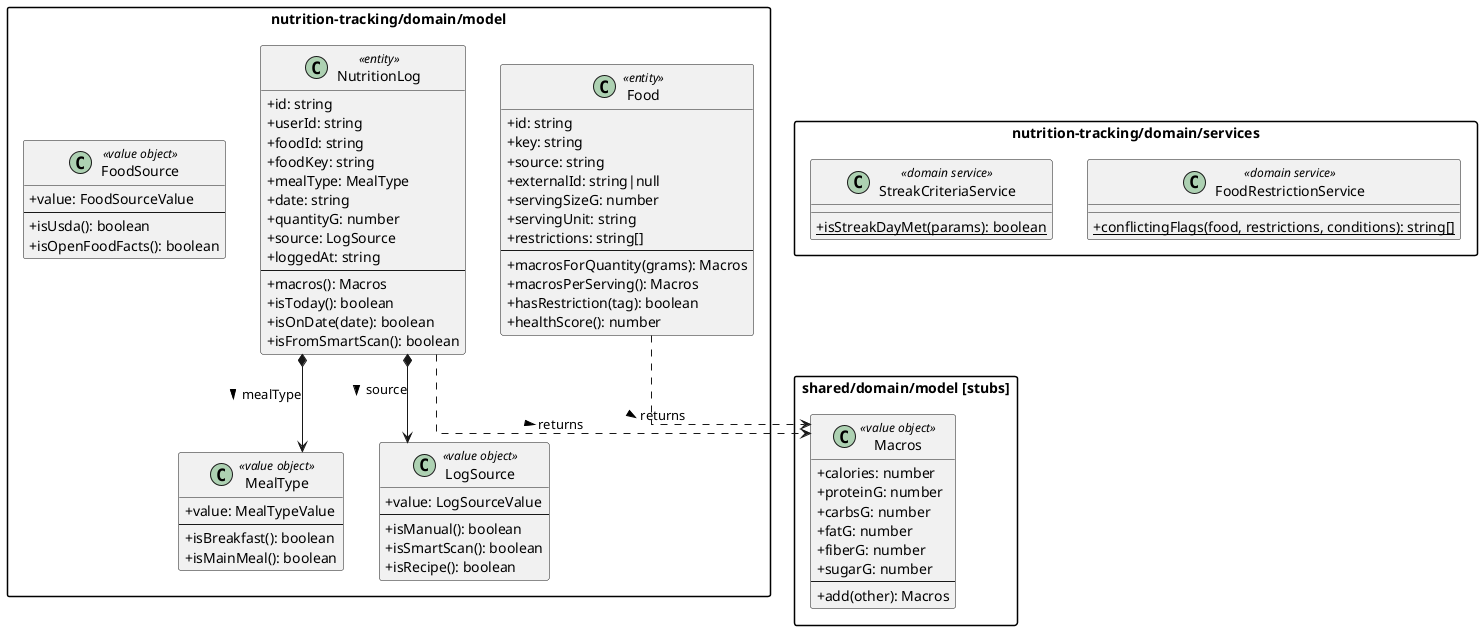
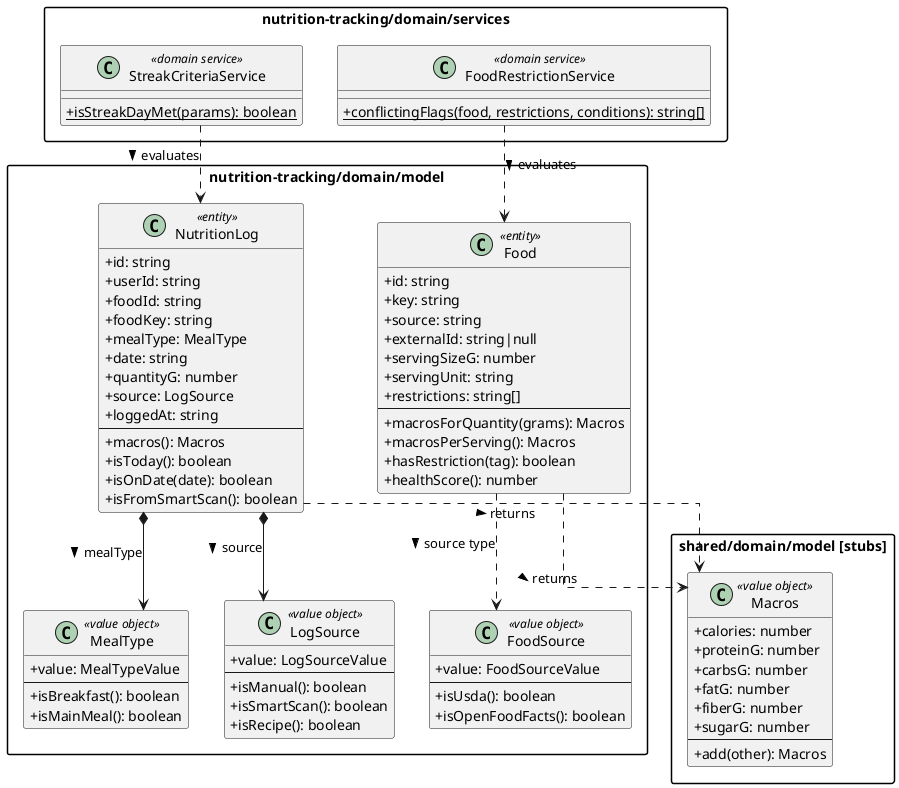
﻿@startuml
skinparam monochrome false
skinparam classAttributeIconSize 0
skinparam packageStyle rectangle
skinparam linetype ortho

package "shared/domain/model [stubs]" {
  class Macros <<value object>> {
    + calories: number
    + proteinG: number
    + carbsG: number
    + fatG: number
    + fiberG: number
    + sugarG: number
    --
    + add(other): Macros
  }
}

package "nutrition-tracking/domain/model" {

  class Food <<entity>> {
    + id: string
    + key: string
    + source: string
    + externalId: string|null
    + servingSizeG: number
    + servingUnit: string
    + restrictions: string[]
    --
    + macrosForQuantity(grams): Macros
    + macrosPerServing(): Macros
    + hasRestriction(tag): boolean
    + healthScore(): number
  }

  class NutritionLog <<entity>> {
    + id: string
    + userId: string
    + foodId: string
    + foodKey: string
    + mealType: MealType
    + date: string
    + quantityG: number
    + source: LogSource
    + loggedAt: string
    --
    + macros(): Macros
    + isToday(): boolean
    + isOnDate(date): boolean
    + isFromSmartScan(): boolean
  }

  class MealType <<value object>> {
    + value: MealTypeValue
    --
    + isBreakfast(): boolean
    + isMainMeal(): boolean
  }

  class LogSource <<value object>> {
    + value: LogSourceValue
    --
    + isManual(): boolean
    + isSmartScan(): boolean
    + isRecipe(): boolean
  }

  class FoodSource <<value object>> {
    + value: FoodSourceValue
    --
    + isUsda(): boolean
    + isOpenFoodFacts(): boolean
  }
}

package "nutrition-tracking/domain/services" {

  class FoodRestrictionService <<domain service>> {
    + {static} conflictingFlags(food, restrictions, conditions): string[]
  }

  class StreakCriteriaService <<domain service>> {
    + {static} isStreakDayMet(params): boolean
  }
}

NutritionLog *--> MealType : mealType >
NutritionLog *--> LogSource : source >
NutritionLog ..> Macros : returns >
Food ..> Macros : returns >
+ Food ..> FoodSource : source type >
+ FoodRestrictionService ..> Food : evaluates >
+ StreakCriteriaService ..> NutritionLog : evaluates >

@enduml
